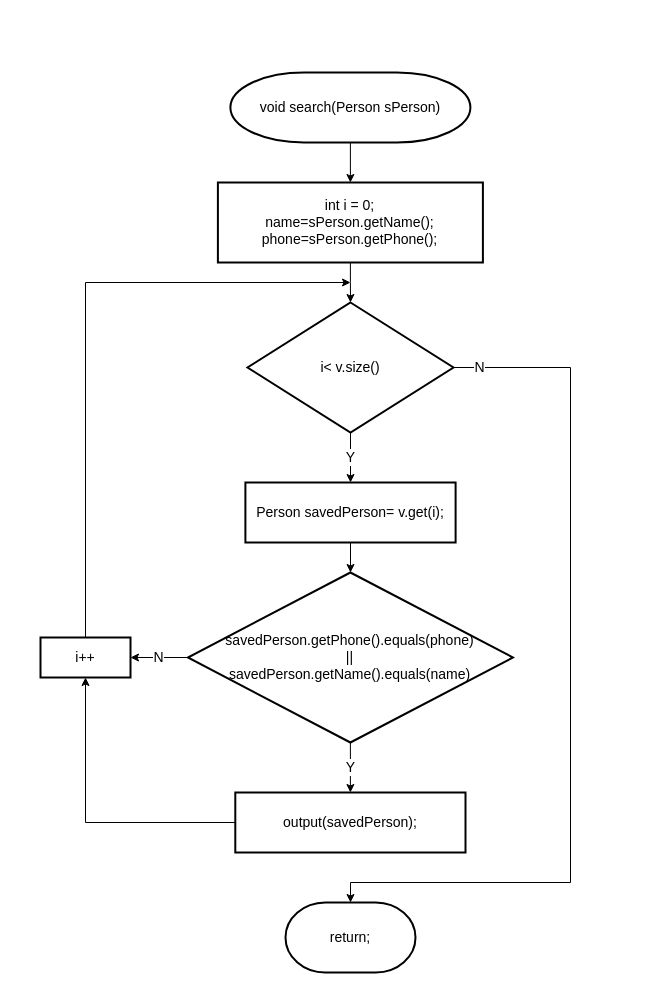
Above: 순서도/Search 기능.drawio in skatld123/PH_list_java (draw.io), before the change. Source tidied: cells renumbered, new cells numbered last; positions are measured from the earlier drawing's top-left corner, leaving out a move shared by most shapes. Both pictures are drawn from the tidied source at 100%, with x=0, y=0 at pixel (40, 72).
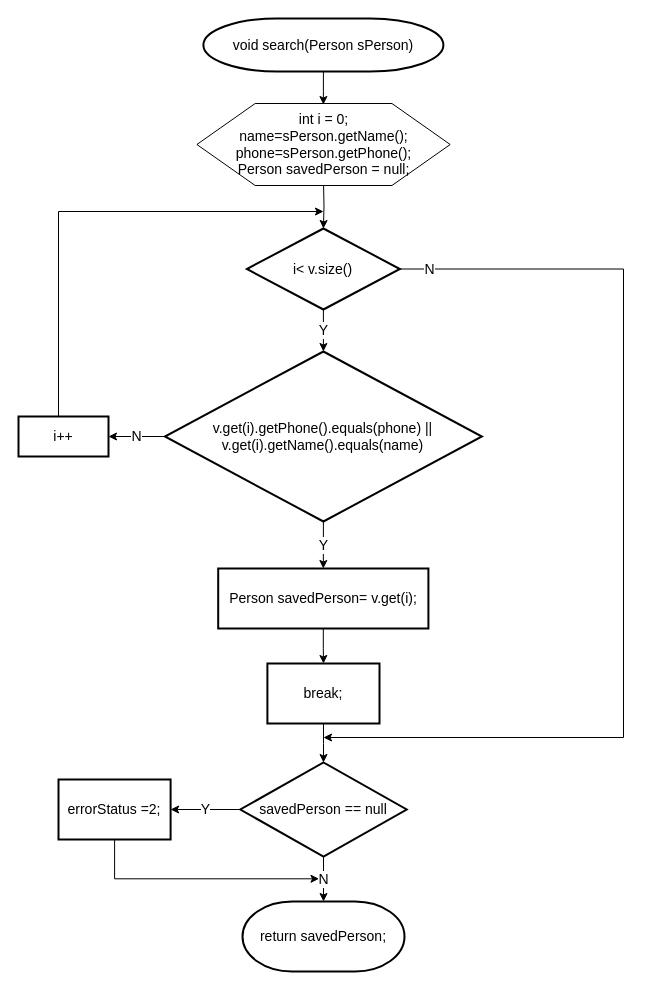
The same diagram, later.

Commit message:
Search 기능.drawio 업데이트

The edit, as a diff of the source:
```diff
@@
-    <mxCell id="2" style="edgeStyle=orthogonalEdgeStyle;rounded=0;jettySize=auto;html=1;entryX=0.5;entryY=1;entryDx=0;entryDy=0;fontSize=14;" parent="1" edge="1" source="3" target="11">
-      <mxGeometry relative="1" as="geometry" />
-    </mxCell>
-    <mxCell id="3" value="output(savedPerson);" style="rounded=1;whiteSpace=wrap;html=1;absoluteArcSize=1;arcSize=0;strokeWidth=2;fontSize=14;" parent="1" vertex="1">
-      <mxGeometry x="194.8" y="720" width="230.2" height="60" as="geometry" />
-    </mxCell>
-    <mxCell id="4" value="return;" style="strokeWidth=2;html=1;shape=mxgraph.flowchart.terminator;whiteSpace=wrap;fontSize=14;" parent="1" vertex="1">
-      <mxGeometry x="245" y="830" width="130" height="70" as="geometry" />
+    <mxCell id="4" value="return savedPerson;" style="strokeWidth=2;html=1;shape=mxgraph.flowchart.terminator;whiteSpace=wrap;fontSize=14;" parent="1" vertex="1">
+      <mxGeometry x="202" y="829" width="162" height="70" as="geometry" />
     </mxCell>
-    <mxCell id="5" value="Y" style="edgeStyle=orthogonalEdgeStyle;rounded=0;jettySize=auto;html=1;exitX=0.5;exitY=1;exitDx=0;exitDy=0;exitPerimeter=0;entryX=0.5;entryY=0;entryDx=0;entryDy=0;fontSize=14;" parent="1" edge="1" source="7" target="13">
-      <mxGeometry relative="1" as="geometry" />
-    </mxCell>
-    <mxCell id="6" value="N" style="edgeStyle=orthogonalEdgeStyle;rounded=0;jettySize=auto;html=1;entryX=0.5;entryY=0;entryDx=0;entryDy=0;entryPerimeter=0;fontSize=14;" parent="1" edge="1" source="7" target="4">
+    <mxCell id="6" value="N" style="edgeStyle=orthogonalEdgeStyle;rounded=0;jettySize=auto;html=1;fontSize=14;exitX=1;exitY=0.5;exitDx=0;exitDy=0;exitPerimeter=0;" parent="1" edge="1" source="7">
       <mxGeometry x="-0.94" relative="1" as="geometry">
+        <mxPoint x="283" y="665" as="targetPoint" />
         <Array as="points">
-          <mxPoint x="530" y="295" />
-          <mxPoint x="530" y="810" />
-          <mxPoint x="310" y="810" />
+          <mxPoint x="583" y="197" />
+          <mxPoint x="583" y="665" />
         </Array>
       </mxGeometry>
     </mxCell>
+    <mxCell id="19" value="Y" style="edgeStyle=orthogonalEdgeStyle;rounded=0;jettySize=auto;html=1;fontSize=14;" parent="1" edge="1" source="7" target="25">
+      <mxGeometry relative="1" as="geometry" />
+    </mxCell>
     <mxCell id="7" value="i&amp;lt; v.size()" style="strokeWidth=2;html=1;shape=mxgraph.flowchart.decision;whiteSpace=wrap;fontSize=14;" parent="1" vertex="1">
-      <mxGeometry x="207" y="230" width="206" height="130" as="geometry" />
+      <mxGeometry x="206.4" y="156" width="153" height="81" as="geometry" />
     </mxCell>
-    <mxCell id="8" style="edgeStyle=orthogonalEdgeStyle;rounded=0;jettySize=auto;html=1;exitX=0.5;exitY=1;exitDx=0;exitDy=0;entryX=0.5;entryY=0;entryDx=0;entryDy=0;entryPerimeter=0;fontSize=14;" parent="1" edge="1" source="9" target="7">
-      <mxGeometry relative="1" as="geometry" />
+    <mxCell id="8" style="edgeStyle=orthogonalEdgeStyle;rounded=0;jettySize=auto;html=1;entryX=0.5;entryY=0;entryDx=0;entryDy=0;entryPerimeter=0;fontSize=14;" parent="1" edge="1" target="7">
+      <mxGeometry relative="1" as="geometry">
+        <mxPoint x="283" y="110" as="sourcePoint" />
+      </mxGeometry>
     </mxCell>
-    <mxCell id="9" value="int i = 0;&lt;br style=&quot;font-size: 14px;&quot;&gt;name=&lt;span style=&quot;text-align: left; font-size: 14px;&quot;&gt;sPerson&lt;/span&gt;.getName();&lt;br style=&quot;font-size: 14px;&quot;&gt;phone=&lt;span style=&quot;text-align: left; font-size: 14px;&quot;&gt;sPerson&lt;/span&gt;.getPhone();" style="rounded=1;whiteSpace=wrap;html=1;absoluteArcSize=1;arcSize=0;strokeWidth=2;fontSize=14;" parent="1" vertex="1">
-      <mxGeometry x="177.4" y="110" width="265" height="80" as="geometry" />
-    </mxCell>
     <mxCell id="10" style="edgeStyle=orthogonalEdgeStyle;rounded=0;jettySize=auto;html=1;fontSize=14;" parent="1" edge="1" source="11">
       <mxGeometry relative="1" as="geometry">
-        <mxPoint x="310" y="210" as="targetPoint" />
+        <mxPoint x="283" y="139" as="targetPoint" />
         <Array as="points">
-          <mxPoint x="45" y="210" />
+          <mxPoint x="18" y="139" />
         </Array>
       </mxGeometry>
     </mxCell>
     <mxCell id="11" value="i++" style="rounded=1;whiteSpace=wrap;html=1;absoluteArcSize=1;arcSize=0;strokeWidth=2;fontSize=14;" parent="1" vertex="1">
-      <mxGeometry y="565" width="90" height="40" as="geometry" />
+      <mxGeometry x="-22" y="344" width="90" height="40" as="geometry" />
     </mxCell>
-    <mxCell id="12" style="edgeStyle=orthogonalEdgeStyle;rounded=0;jettySize=auto;html=1;exitX=0.5;exitY=1;exitDx=0;exitDy=0;entryX=0.5;entryY=0;entryDx=0;entryDy=0;entryPerimeter=0;fontSize=14;" parent="1" edge="1" source="13">
-      <mxGeometry relative="1" as="geometry">
-        <mxPoint x="310" y="500" as="targetPoint" />
-      </mxGeometry>
-    </mxCell>
+    <mxCell id="20" style="edgeStyle=orthogonalEdgeStyle;rounded=0;jettySize=auto;html=1;fontSize=14;" parent="1" edge="1" source="13" target="22">
+      <mxGeometry relative="1" as="geometry" />
+    </mxCell>
     <mxCell id="13" value="Person savedPerson= v.get(i);" style="rounded=1;whiteSpace=wrap;html=1;absoluteArcSize=1;arcSize=0;strokeWidth=2;fontSize=14;" parent="1" vertex="1">
-      <mxGeometry x="204.9" y="410" width="210.2" height="60" as="geometry" />
+      <mxGeometry x="177.7" y="496" width="210.2" height="60" as="geometry" />
     </mxCell>
-    <mxCell id="14" style="edgeStyle=orthogonalEdgeStyle;rounded=0;jettySize=auto;html=1;fontSize=14;" parent="1" edge="1" source="15" target="9">
-      <mxGeometry relative="1" as="geometry" />
+    <mxCell id="14" style="edgeStyle=orthogonalEdgeStyle;rounded=0;jettySize=auto;html=1;fontSize=14;" parent="1" edge="1" source="15">
+      <mxGeometry relative="1" as="geometry">
+        <mxPoint x="282.9" y="32" as="targetPoint" />
+      </mxGeometry>
     </mxCell>
     <mxCell id="15" value="&lt;span style=&quot;text-align: left; font-size: 14px;&quot;&gt;void search(Person sPerson)&lt;/span&gt;" style="strokeWidth=2;html=1;shape=mxgraph.flowchart.terminator;whiteSpace=wrap;fontSize=14;" parent="1" vertex="1">
-      <mxGeometry x="189.9" width="240" height="70" as="geometry" />
+      <mxGeometry x="162.9" y="-54" width="240" height="53" as="geometry" />
     </mxCell>
-    <mxCell id="16" value="Y" style="edgeStyle=orthogonalEdgeStyle;rounded=0;jettySize=auto;html=1;fontSize=14;" parent="1" edge="1" source="18" target="3">
-      <mxGeometry relative="1" as="geometry" />
-    </mxCell>
-    <mxCell id="17" value="N" style="edgeStyle=orthogonalEdgeStyle;rounded=0;jettySize=auto;html=1;fontSize=14;" parent="1" edge="1" source="18" target="11">
-      <mxGeometry relative="1" as="geometry" />
-    </mxCell>
-    <mxCell id="18" value="savedPerson.getPhone().equals(&lt;span style=&quot;text-align: left; font-size: 14px;&quot;&gt;phone&lt;/span&gt;)&lt;br style=&quot;font-size: 14px;&quot;&gt;||&lt;br style=&quot;font-size: 14px;&quot;&gt;savedPerson.getName().equals(name)" style="strokeWidth=2;html=1;shape=mxgraph.flowchart.decision;whiteSpace=wrap;fontSize=14;" parent="1" vertex="1">
-      <mxGeometry x="147.4" y="500" width="325" height="170" as="geometry" />
-    </mxCell>
+    <mxCell id="21" style="edgeStyle=orthogonalEdgeStyle;rounded=0;jettySize=auto;html=1;fontSize=14;" parent="1" edge="1" source="22" target="28">
+      <mxGeometry relative="1" as="geometry" />
+    </mxCell>
+    <mxCell id="22" value="break;" style="rounded=1;whiteSpace=wrap;html=1;absoluteArcSize=1;arcSize=0;strokeWidth=2;fontSize=14;" parent="1" vertex="1">
+      <mxGeometry x="226.9" y="591" width="112.1" height="60" as="geometry" />
+    </mxCell>
+    <mxCell id="23" value="Y" style="edgeStyle=orthogonalEdgeStyle;rounded=0;jettySize=auto;html=1;fontSize=14;" parent="1" edge="1" source="25" target="13">
+      <mxGeometry relative="1" as="geometry" />
+    </mxCell>
+    <mxCell id="24" value="N" style="edgeStyle=orthogonalEdgeStyle;rounded=0;jettySize=auto;html=1;fontSize=14;" parent="1" edge="1" source="25" target="11">
+      <mxGeometry relative="1" as="geometry" />
+    </mxCell>
+    <mxCell id="25" value="v.get(i).getPhone().equals(phone) || v.get(i).getName().equals(name)" style="strokeWidth=2;html=1;shape=mxgraph.flowchart.decision;whiteSpace=wrap;fontSize=14;" parent="1" vertex="1">
+      <mxGeometry x="124.4" y="279" width="317" height="170" as="geometry" />
+    </mxCell>
+    <mxCell id="26" value="Y" style="edgeStyle=orthogonalEdgeStyle;rounded=0;jettySize=auto;html=1;fontSize=14;" parent="1" edge="1" source="28" target="30">
+      <mxGeometry relative="1" as="geometry" />
+    </mxCell>
+    <mxCell id="27" value="N" style="edgeStyle=orthogonalEdgeStyle;rounded=0;jettySize=auto;html=1;fontSize=14;" parent="1" edge="1" source="28" target="4">
+      <mxGeometry relative="1" as="geometry" />
+    </mxCell>
+    <mxCell id="28" value="savedPerson == null" style="strokeWidth=2;html=1;shape=mxgraph.flowchart.decision;whiteSpace=wrap;fontSize=14;" parent="1" vertex="1">
+      <mxGeometry x="199.8" y="690" width="166.4" height="94" as="geometry" />
+    </mxCell>
+    <mxCell id="29" style="edgeStyle=orthogonalEdgeStyle;rounded=0;jettySize=auto;html=1;fontSize=14;" parent="1" edge="1" source="30">
+      <mxGeometry relative="1" as="geometry">
+        <mxPoint x="278.5" y="806.3" as="targetPoint" />
+        <Array as="points">
+          <mxPoint x="74" y="806" />
+        </Array>
+      </mxGeometry>
+    </mxCell>
+    <mxCell id="30" value="errorStatus =2;" style="rounded=1;whiteSpace=wrap;html=1;absoluteArcSize=1;arcSize=0;strokeWidth=2;fontSize=14;" parent="1" vertex="1">
+      <mxGeometry x="18" y="707" width="112.1" height="60" as="geometry" />
+    </mxCell>
+    <mxCell id="31" value="&lt;span&gt;int i = 0;&lt;/span&gt;&lt;br&gt;&lt;span&gt;name=&lt;/span&gt;&lt;span style=&quot;text-align: left&quot;&gt;sPerson&lt;/span&gt;&lt;span&gt;.getName();&lt;/span&gt;&lt;br&gt;&lt;span&gt;phone=&lt;/span&gt;&lt;span style=&quot;text-align: left&quot;&gt;sPerson&lt;/span&gt;&lt;span&gt;.getPhone();&lt;/span&gt;&lt;br&gt;&lt;span&gt;Person savedPerson = null;&lt;/span&gt;" style="verticalLabelPosition=middle;verticalAlign=middle;html=1;shape=hexagon;perimeter=hexagonPerimeter2;arcSize=6;size=0.23000000000000115;fontSize=14;labelPosition=center;align=center;" parent="1" vertex="1">
+      <mxGeometry x="156.4" y="31" width="253.3" height="82" as="geometry" />
+    </mxCell>
```
